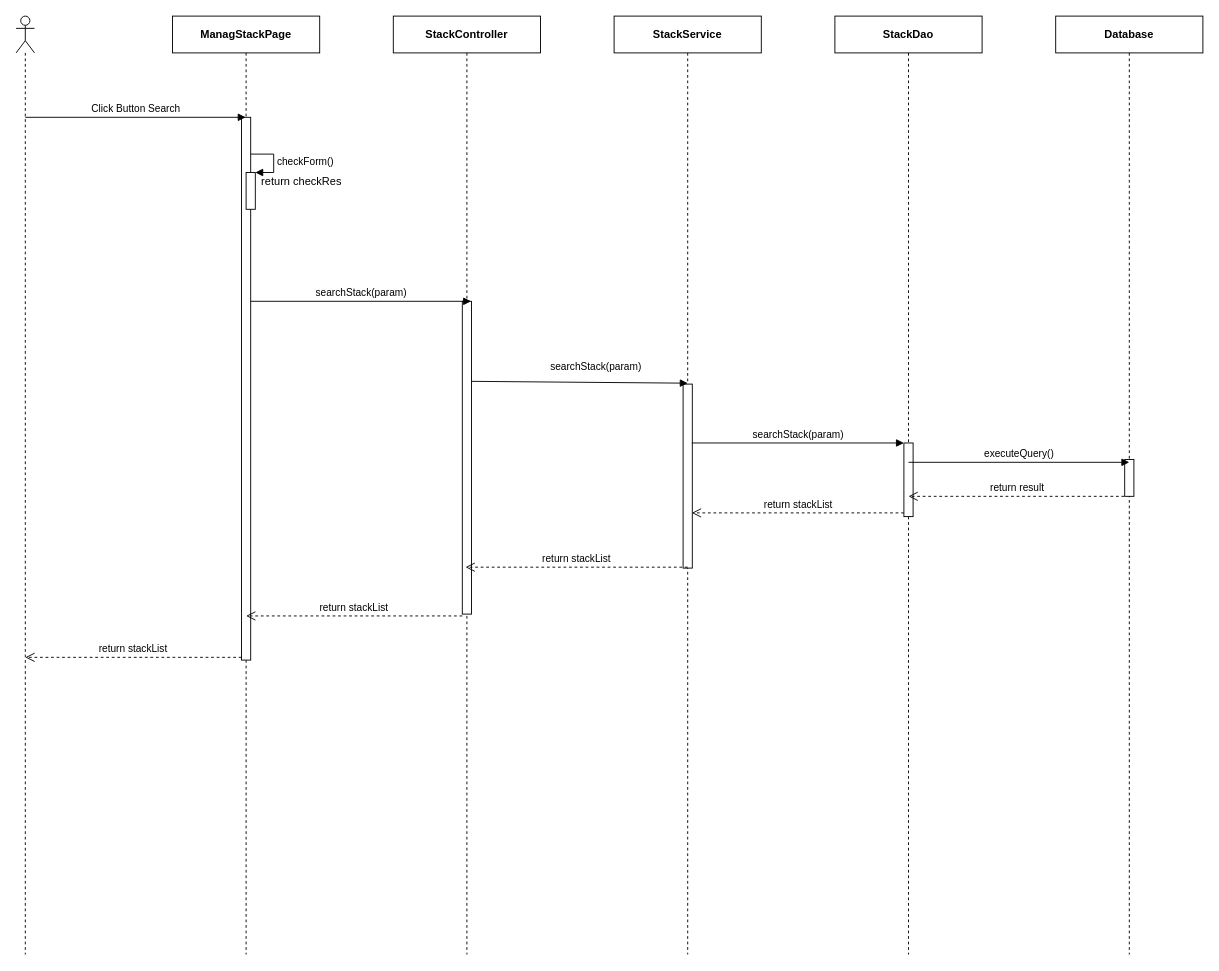
Above: page "Ev02" (2 of 2) of 0. Create/Sequece/sc03/SC0300_StackManage.drawio in luannmdev/CapstoneDocument (draw.io), before the change. Source tidied: cells renumbered, new cells numbered last; positions are measured from the earlier drawing's top-left corner, leaving out a move shared by most shapes. Both pictures are drawn from the tidied source at 92%, with x=0, y=0 at pixel (16, 16).
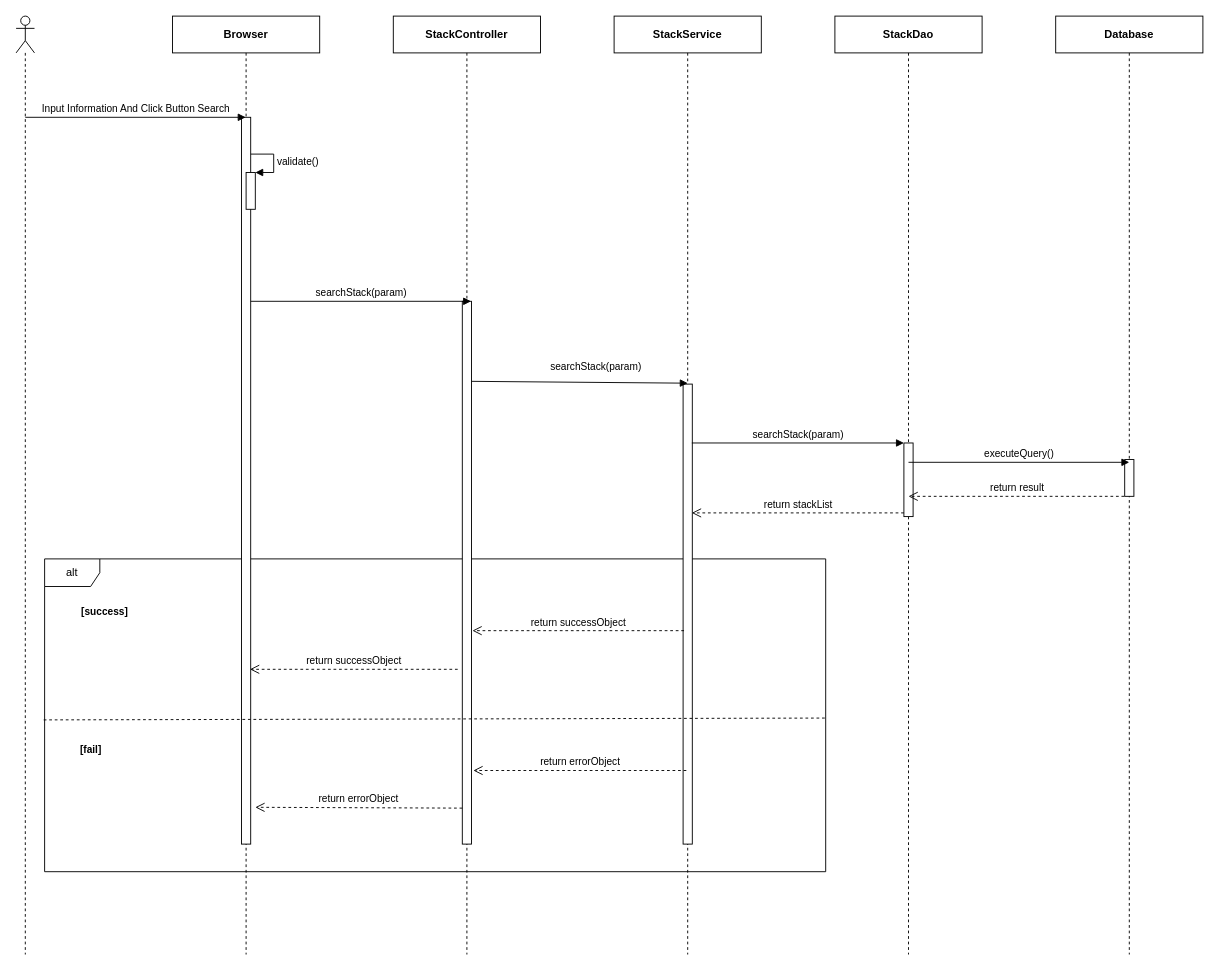
The same diagram, later.

Unchanged cells that the change refers to:
```xml
<mxCell id="7" value="&lt;b&gt;Stack&lt;/b&gt;&lt;b&gt;Service&lt;/b&gt;" style="shape=umlLifeline;perimeter=lifelinePerimeter;whiteSpace=wrap;html=1;" parent="1" vertex="1">
  <mxGeometry x="650" width="160" height="1020" as="geometry" />
</mxCell>
<mxCell id="9" value="&lt;b&gt;StackController&lt;/b&gt;" style="shape=umlLifeline;perimeter=lifelinePerimeter;whiteSpace=wrap;html=1;" parent="1" vertex="1">
  <mxGeometry x="410" width="160" height="1020" as="geometry" />
</mxCell>
<mxCell id="16" style="html=1;points=[];perimeter=orthogonalPerimeter;" parent="1" vertex="1">
  <mxGeometry x="250" y="170" width="10" height="40" as="geometry" />
</mxCell>
```

Diff of the diagram source:
```diff
@@
+    <mxCell id="26" value="alt" style="shape=umlFrame;whiteSpace=wrap;html=1;" parent="1" vertex="1">
+      <mxGeometry x="31" y="590" width="849" height="340" as="geometry" />
+    </mxCell>
@@
-    <mxCell id="3" value="&lt;b&gt;ManagStackPage&lt;/b&gt;" style="shape=umlLifeline;perimeter=lifelinePerimeter;whiteSpace=wrap;html=1;outlineConnect=0;" parent="1" vertex="1">
+    <mxCell id="3" value="&lt;b&gt;Browser&lt;/b&gt;" style="shape=umlLifeline;perimeter=lifelinePerimeter;whiteSpace=wrap;html=1;outlineConnect=0;" parent="1" vertex="1">
       <mxGeometry x="170" width="160" height="1020" as="geometry" />
     </mxCell>
     <mxCell id="4" style="html=1;perimeter=orthogonalPerimeter;" parent="3" vertex="1">
-      <mxGeometry x="75" y="110" width="10" height="590" as="geometry" />
+      <mxGeometry x="75" y="110" width="10" height="790" as="geometry" />
     </mxCell>
@@
     <mxCell id="8" style="html=1;perimeter=orthogonalPerimeter;" parent="7" vertex="1">
-      <mxGeometry x="75" y="400" width="10" height="200" as="geometry" />
+      <mxGeometry x="75" y="400" width="10" height="500" as="geometry" />
     </mxCell>
@@
     <mxCell id="10" style="html=1;perimeter=orthogonalPerimeter;" parent="9" vertex="1">
-      <mxGeometry x="75" y="310" width="10" height="340" as="geometry" />
+      <mxGeometry x="75" y="310" width="10" height="590" as="geometry" />
     </mxCell>
-    <mxCell id="11" value="Click Button Search" style="html=1;verticalAlign=bottom;endArrow=block;" parent="1" edge="1" target="3">
+    <mxCell id="11" value="Input Information And Click Button Search" style="html=1;verticalAlign=bottom;endArrow=block;" parent="1" edge="1" target="3">
       <mxGeometry relative="1" as="geometry">
         <mxPoint x="10" y="110" as="sourcePoint" />
       </mxGeometry>
     </mxCell>
@@
-    <mxCell id="17" value="checkForm()" style="edgeStyle=orthogonalEdgeStyle;html=1;align=left;spacingLeft=2;endArrow=block;rounded=0;entryX=1;entryY=0;" parent="1" edge="1" target="16">
+    <mxCell id="17" value="validate()" style="edgeStyle=orthogonalEdgeStyle;html=1;align=left;spacingLeft=2;endArrow=block;rounded=0;entryX=1;entryY=0;" parent="1" edge="1" target="16">
       <mxGeometry relative="1" as="geometry">
         <mxPoint x="255" y="150" as="sourcePoint" />
         <Array as="points">
           <mxPoint x="280" y="150" />
         </Array>
       </mxGeometry>
     </mxCell>
-    <mxCell id="18" value="return checkRes" style="text;html=1;align=center;verticalAlign=middle;" parent="1" vertex="1">
-      <mxGeometry x="260" y="170" width="100" height="20" as="geometry" />
-    </mxCell>
@@
-    <mxCell id="23" value="return stackList" style="html=1;verticalAlign=bottom;endArrow=open;dashed=1;endSize=8;" parent="1" edge="1">
-      <mxGeometry relative="1" as="geometry">
-        <mxPoint x="485" y="652" as="sourcePoint" />
-        <mxPoint x="250" y="652" as="targetPoint" />
-      </mxGeometry>
-    </mxCell>
-    <mxCell id="24" value="return stackList" style="html=1;verticalAlign=bottom;endArrow=open;dashed=1;endSize=8;" parent="1" edge="1">
-      <mxGeometry relative="1" as="geometry">
-        <mxPoint x="730" y="599" as="sourcePoint" />
-        <mxPoint x="488.5" y="599" as="targetPoint" />
-      </mxGeometry>
-    </mxCell>
-    <mxCell id="25" value="return stackList" style="html=1;verticalAlign=bottom;endArrow=open;dashed=1;endSize=8;" parent="1" edge="1">
-      <mxGeometry relative="1" as="geometry">
-        <mxPoint x="245" y="697" as="sourcePoint" />
-        <mxPoint x="10" y="697" as="targetPoint" />
-      </mxGeometry>
-    </mxCell>
+    <mxCell id="27" value="return successObject" style="html=1;verticalAlign=bottom;endArrow=open;dashed=1;endSize=8;" parent="1" edge="1">
+      <mxGeometry relative="1" as="geometry">
+        <mxPoint x="726" y="668" as="sourcePoint" />
+        <mxPoint x="496" y="668" as="targetPoint" />
+      </mxGeometry>
+    </mxCell>
+    <mxCell id="28" value="return successObject" style="html=1;verticalAlign=bottom;endArrow=open;dashed=1;endSize=8;" parent="1" edge="1">
+      <mxGeometry relative="1" as="geometry">
+        <mxPoint x="480" y="710" as="sourcePoint" />
+        <mxPoint x="254.2" y="710" as="targetPoint" />
+      </mxGeometry>
+    </mxCell>
+    <mxCell id="29" style="endArrow=none;dashed=1;html=1;exitX=-0.001;exitY=0.303;exitDx=0;exitDy=0;exitPerimeter=0;" parent="1" edge="1">
+      <mxGeometry relative="1" as="geometry">
+        <mxPoint x="30" y="765" as="sourcePoint" />
+        <mxPoint x="880" y="763" as="targetPoint" />
+      </mxGeometry>
+    </mxCell>
+    <mxCell id="30" value="&lt;span style=&quot;font-size: 11px ; background-color: rgb(255 , 255 , 255)&quot;&gt;&lt;b&gt;[success]&lt;/b&gt;&lt;/span&gt;" style="text;html=1;align=center;verticalAlign=middle;" parent="1" vertex="1">
+      <mxGeometry x="61" y="638" width="70" height="20" as="geometry" />
+    </mxCell>
+    <mxCell id="31" value="&lt;span style=&quot;font-size: 11px ; background-color: rgb(255 , 255 , 255)&quot;&gt;&lt;b&gt;[fail]&lt;/b&gt;&lt;/span&gt;" style="text;html=1;align=center;verticalAlign=middle;" parent="1" vertex="1">
+      <mxGeometry x="61" y="788" width="40" height="20" as="geometry" />
+    </mxCell>
+    <mxCell id="32" value="return errorObject" style="html=1;verticalAlign=bottom;endArrow=open;dashed=1;endSize=8;" parent="1" edge="1">
+      <mxGeometry relative="1" as="geometry">
+        <mxPoint x="728.5" y="820" as="sourcePoint" />
+        <mxPoint x="497" y="820" as="targetPoint" />
+      </mxGeometry>
+    </mxCell>
+    <mxCell id="33" value="return errorObject" style="html=1;verticalAlign=bottom;endArrow=open;dashed=1;endSize=8;exitX=0;exitY=0.93;exitDx=0;exitDy=0;exitPerimeter=0;" parent="1" edge="1">
+      <mxGeometry relative="1" as="geometry">
+        <mxPoint x="485" y="860.9" as="sourcePoint" />
+        <mxPoint x="260" y="860" as="targetPoint" />
+      </mxGeometry>
+    </mxCell>
```
